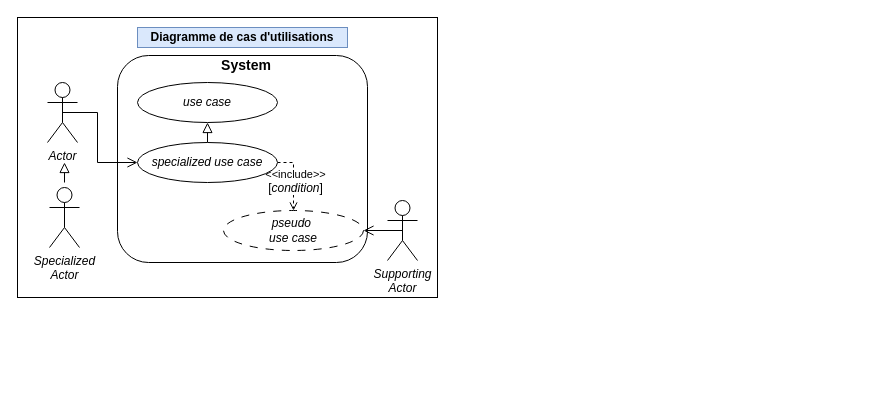
The draw.io diagram src/pages/dev/R5-06-VCOD-A/cheat/UML/assets/UML.drawio in denis-migdal/Cours, before the edit. Source tidied: cells renumbered, new cells numbered last; positions are measured from the earlier drawing's top-left corner, leaving out a move shared by most shapes. Both pictures are drawn from the tidied source at 100%, with x=0, y=0 at pixel (17, 17).
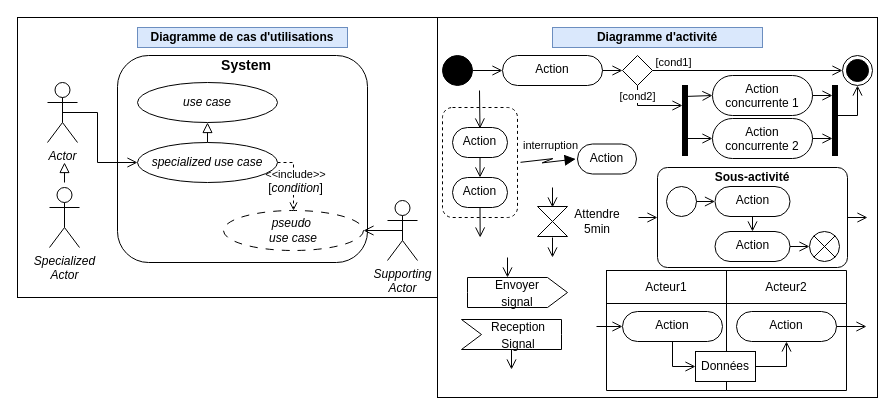
After the change.

The edit, as a diff of the source:
```diff
@@
+    <mxCell id="18" style="rounded=0;whiteSpace=wrap;html=1;" parent="1" vertex="1">
+      <mxGeometry x="420" width="440" height="380" as="geometry" />
+    </mxCell>
+    <mxCell id="19" value="&lt;font style=&quot;color: rgb(0, 0, 0);&quot;&gt;Diagramme d'activité&lt;/font&gt;" style="text;html=1;whiteSpace=wrap;strokeColor=#6c8ebf;fillColor=#dae8fc;align=center;verticalAlign=middle;rounded=0;fontStyle=1;" parent="1" vertex="1">
+      <mxGeometry x="535" y="10" width="210" height="20" as="geometry" />
+    </mxCell>
+    <mxCell id="20" style="ellipse;fillColor=strokeColor;html=1;" parent="1" vertex="1">
+      <mxGeometry x="425" y="38" width="30" height="30" as="geometry" />
+    </mxCell>
+    <mxCell id="21" style="ellipse;html=1;shape=endState;fillColor=strokeColor;" parent="1" vertex="1">
+      <mxGeometry x="825" y="38" width="30" height="30" as="geometry" />
+    </mxCell>
+    <mxCell id="22" value="Action" style="html=1;align=center;verticalAlign=top;rounded=1;absoluteArcSize=1;arcSize=70;dashed=0;whiteSpace=wrap;" parent="1" vertex="1">
+      <mxGeometry x="485" y="38" width="100" height="30" as="geometry" />
+    </mxCell>
+    <mxCell id="23" style="endArrow=open;startArrow=none;endFill=0;startFill=0;endSize=8;html=1;verticalAlign=bottom;labelBackgroundColor=none;strokeWidth=1;rounded=0;exitX=1;exitY=0.5;exitDx=0;exitDy=0;entryX=0;entryY=0.5;entryDx=0;entryDy=0;" parent="1" edge="1" source="20" target="22">
+      <mxGeometry relative="1" as="geometry" />
+    </mxCell>
+    <mxCell id="24" style="endArrow=open;startArrow=none;endFill=0;startFill=0;endSize=8;html=1;verticalAlign=bottom;labelBackgroundColor=none;strokeWidth=1;rounded=0;exitX=1;exitY=0.5;exitDx=0;exitDy=0;entryX=0;entryY=0.5;entryDx=0;entryDy=0;" parent="1" edge="1" source="22" target="25">
+      <mxGeometry relative="1" as="geometry" />
+    </mxCell>
+    <mxCell id="25" style="rhombus;" parent="1" vertex="1">
+      <mxGeometry x="605" y="38" width="30" height="30" as="geometry" />
+    </mxCell>
+    <mxCell id="26" style="endArrow=open;startArrow=none;endFill=0;startFill=0;endSize=8;html=1;verticalAlign=bottom;labelBackgroundColor=none;strokeWidth=1;rounded=0;exitX=1;exitY=0.5;exitDx=0;exitDy=0;entryX=0;entryY=0.5;entryDx=0;entryDy=0;" parent="1" edge="1" source="25" target="21">
+      <mxGeometry relative="1" as="geometry" />
+    </mxCell>
+    <mxCell id="27" value="[cond1]" style="edgeLabel;html=1;align=center;verticalAlign=middle;" parent="26" vertex="1">
+      <mxGeometry x="0.05" y="-1" relative="1" as="geometry">
+        <mxPoint x="-80" y="-10" as="offset" />
+      </mxGeometry>
+    </mxCell>
+    <mxCell id="28" style="endArrow=open;startArrow=none;endFill=0;startFill=0;endSize=8;html=1;verticalAlign=bottom;labelBackgroundColor=none;strokeWidth=1;rounded=0;exitX=0.5;exitY=1;exitDx=0;exitDy=0;" parent="1" edge="1" source="25">
+      <mxGeometry relative="1" as="geometry">
+        <mxPoint x="665" y="88" as="targetPoint" />
+        <Array as="points">
+          <mxPoint x="620" y="88" />
+        </Array>
+      </mxGeometry>
+    </mxCell>
+    <mxCell id="29" value="[cond2]" style="edgeLabel;html=1;align=center;verticalAlign=middle;" parent="28" vertex="1">
+      <mxGeometry x="0.05" y="-1" relative="1" as="geometry">
+        <mxPoint x="-15" y="-11" as="offset" />
+      </mxGeometry>
+    </mxCell>
+    <mxCell id="30" style="html=1;points=[];perimeter=orthogonalPerimeter;fillColor=strokeColor;" parent="1" vertex="1">
+      <mxGeometry x="665" y="68" width="5" height="70" as="geometry" />
+    </mxCell>
+    <mxCell id="31" value="Action concurrente 1" style="html=1;align=center;verticalAlign=top;rounded=1;absoluteArcSize=1;arcSize=96;dashed=0;whiteSpace=wrap;" parent="1" vertex="1">
+      <mxGeometry x="695" y="58" width="100" height="40" as="geometry" />
+    </mxCell>
+    <mxCell id="32" value="Action concurrente 2" style="html=1;align=center;verticalAlign=top;rounded=1;absoluteArcSize=1;arcSize=96;dashed=0;whiteSpace=wrap;" parent="1" vertex="1">
+      <mxGeometry x="695" y="101" width="100" height="40" as="geometry" />
+    </mxCell>
+    <mxCell id="33" style="endArrow=open;startArrow=none;endFill=0;startFill=0;endSize=8;html=1;verticalAlign=bottom;labelBackgroundColor=none;strokeWidth=1;rounded=0;entryX=0;entryY=0.5;entryDx=0;entryDy=0;exitX=0.4;exitY=0.157;exitDx=0;exitDy=0;exitPerimeter=0;" parent="1" edge="1" source="30" target="31">
+      <mxGeometry relative="1" as="geometry" />
+    </mxCell>
+    <mxCell id="34" style="endArrow=open;startArrow=none;endFill=0;startFill=0;endSize=8;html=1;verticalAlign=bottom;labelBackgroundColor=none;strokeWidth=1;rounded=0;entryX=0;entryY=0.5;entryDx=0;entryDy=0;" parent="1" edge="1" target="32">
+      <mxGeometry relative="1" as="geometry">
+        <mxPoint x="665" y="121" as="sourcePoint" />
+      </mxGeometry>
+    </mxCell>
+    <mxCell id="35" style="html=1;perimeter=orthogonalPerimeter;fillColor=strokeColor;" parent="1" vertex="1">
+      <mxGeometry x="815" y="68" width="5" height="70" as="geometry" />
+    </mxCell>
+    <mxCell id="36" style="endArrow=open;startArrow=none;endFill=0;startFill=0;endSize=8;html=1;verticalAlign=bottom;labelBackgroundColor=none;strokeWidth=1;rounded=0;exitX=1;exitY=0.5;exitDx=0;exitDy=0;" parent="1" edge="1" source="31">
+      <mxGeometry relative="1" as="geometry">
+        <mxPoint x="815" y="78" as="targetPoint" />
+      </mxGeometry>
+    </mxCell>
+    <mxCell id="37" style="endArrow=open;startArrow=none;endFill=0;startFill=0;endSize=8;html=1;verticalAlign=bottom;labelBackgroundColor=none;strokeWidth=1;rounded=0;exitX=1;exitY=0.5;exitDx=0;exitDy=0;" parent="1" edge="1" source="32">
+      <mxGeometry relative="1" as="geometry">
+        <mxPoint x="815" y="121" as="targetPoint" />
+      </mxGeometry>
+    </mxCell>
+    <mxCell id="38" style="endArrow=open;startArrow=none;endFill=0;startFill=0;endSize=8;html=1;verticalAlign=bottom;labelBackgroundColor=none;strokeWidth=1;rounded=0;entryX=0.5;entryY=1;entryDx=0;entryDy=0;" parent="1" edge="1" target="21">
+      <mxGeometry relative="1" as="geometry">
+        <mxPoint x="818" y="98" as="sourcePoint" />
+        <Array as="points">
+          <mxPoint x="840" y="98" />
+        </Array>
+      </mxGeometry>
+    </mxCell>
+    <mxCell id="39" style="shape=collate;html=1;" parent="1" vertex="1">
+      <mxGeometry x="520" y="189" width="30" height="30" as="geometry" />
+    </mxCell>
+    <mxCell id="40" value="Attendre 5min" style="text;html=1;whiteSpace=wrap;strokeColor=none;fillColor=none;align=center;verticalAlign=middle;rounded=0;" parent="1" vertex="1">
+      <mxGeometry x="550" y="189" width="60" height="30" as="geometry" />
+    </mxCell>
+    <mxCell id="41" value="&lt;font style=&quot;font-size: 12px;&quot;&gt;Envoyer&lt;br&gt;signal&lt;/font&gt;" style="html=1;shape=mxgraph.infographic.ribbonSimple;notch1=0;notch2=20;align=center;verticalAlign=middle;fontSize=14;fontStyle=0;fillColor=light-dark(#FFFFFF,#121212);whiteSpace=wrap;" parent="1" vertex="1">
+      <mxGeometry x="450" y="260" width="100" height="30" as="geometry" />
+    </mxCell>
+    <mxCell id="42" value="&lt;font style=&quot;font-size: 12px;&quot;&gt;Reception&lt;br&gt;Signal&lt;/font&gt;" style="html=1;shape=mxgraph.infographic.ribbonSimple;notch1=20;notch2=0;align=center;verticalAlign=middle;fontSize=14;fontStyle=0;fillColor=light-dark(#FFFFFF,#121212);flipH=0;spacingRight=0;spacingLeft=14;whiteSpace=wrap;" parent="1" vertex="1">
+      <mxGeometry x="444" y="302" width="100" height="30" as="geometry" />
+    </mxCell>
+    <mxCell id="43" style="endArrow=open;startArrow=none;endFill=0;startFill=0;endSize=8;html=1;verticalAlign=bottom;labelBackgroundColor=none;strokeWidth=1;rounded=0;entryX=0;entryY=0;entryDx=40;entryDy=0;entryPerimeter=0;" parent="1" edge="1" target="41">
+      <mxGeometry relative="1" as="geometry">
+        <mxPoint x="490" y="240" as="sourcePoint" />
+      </mxGeometry>
+    </mxCell>
+    <mxCell id="44" style="endArrow=open;startArrow=none;endFill=0;startFill=0;endSize=8;html=1;verticalAlign=bottom;labelBackgroundColor=none;strokeWidth=1;rounded=0;exitX=0;exitY=0;exitDx=50;exitDy=30;exitPerimeter=0;" parent="1" edge="1" source="42">
+      <mxGeometry relative="1" as="geometry">
+        <mxPoint x="494" y="352" as="targetPoint" />
+      </mxGeometry>
+    </mxCell>
+    <mxCell id="45" style="endArrow=open;startArrow=none;endFill=0;startFill=0;endSize=8;html=1;verticalAlign=bottom;labelBackgroundColor=none;strokeWidth=1;rounded=0;entryX=0.5;entryY=0;entryDx=0;entryDy=0;" parent="1" edge="1">
+      <mxGeometry relative="1" as="geometry">
+        <mxPoint x="535" y="170" as="sourcePoint" />
+        <mxPoint x="535" y="190" as="targetPoint" />
+      </mxGeometry>
+    </mxCell>
+    <mxCell id="46" style="endArrow=open;startArrow=none;endFill=0;startFill=0;endSize=8;html=1;verticalAlign=bottom;labelBackgroundColor=none;strokeWidth=1;rounded=0;exitX=0.5;exitY=1;exitDx=0;exitDy=0;" parent="1" edge="1">
+      <mxGeometry relative="1" as="geometry">
+        <mxPoint x="535" y="220" as="sourcePoint" />
+        <mxPoint x="535" y="240" as="targetPoint" />
+      </mxGeometry>
+    </mxCell>
+    <mxCell id="47" style="html=1;align=center;verticalAlign=top;rounded=1;absoluteArcSize=1;arcSize=20;whiteSpace=wrap;" parent="1" vertex="1">
+      <mxGeometry x="640" y="150" width="190" height="100" as="geometry" />
+    </mxCell>
+    <mxCell id="48" value="&lt;b&gt;Sous-activité&lt;/b&gt;" style="text;html=1;whiteSpace=wrap;strokeColor=none;fillColor=none;align=center;verticalAlign=middle;rounded=0;" parent="1" vertex="1">
+      <mxGeometry x="685" y="150" width="100" height="20" as="geometry" />
+    </mxCell>
+    <mxCell id="49" style="endArrow=open;startArrow=none;endFill=0;startFill=0;endSize=8;html=1;verticalAlign=bottom;labelBackgroundColor=none;strokeWidth=1;rounded=0;entryX=0;entryY=0.5;entryDx=0;entryDy=0;" parent="1" edge="1" target="47">
+      <mxGeometry relative="1" as="geometry">
+        <mxPoint x="621" y="200" as="sourcePoint" />
+      </mxGeometry>
+    </mxCell>
+    <mxCell id="50" style="endArrow=open;startArrow=none;endFill=0;startFill=0;endSize=8;html=1;verticalAlign=bottom;labelBackgroundColor=none;strokeWidth=1;rounded=0;exitX=1;exitY=0.5;exitDx=0;exitDy=0;" parent="1" edge="1" source="47">
+      <mxGeometry relative="1" as="geometry">
+        <mxPoint x="850" y="200" as="targetPoint" />
+      </mxGeometry>
+    </mxCell>
+    <mxCell id="51" style="shape=sumEllipse;perimeter=ellipsePerimeter;html=1;backgroundOutline=1;" parent="1" vertex="1">
+      <mxGeometry x="792" y="214" width="30" height="30" as="geometry" />
+    </mxCell>
+    <mxCell id="52" style="ellipse;" parent="1" vertex="1">
+      <mxGeometry x="649" y="169" width="30" height="30" as="geometry" />
+    </mxCell>
+    <mxCell id="53" value="Action" style="html=1;align=center;verticalAlign=top;rounded=1;absoluteArcSize=1;arcSize=70;dashed=0;whiteSpace=wrap;" parent="1" vertex="1">
+      <mxGeometry x="697.5" y="169" width="75" height="30" as="geometry" />
+    </mxCell>
+    <mxCell id="54" style="endArrow=open;startArrow=none;endFill=0;startFill=0;endSize=8;html=1;verticalAlign=bottom;labelBackgroundColor=none;strokeWidth=1;rounded=0;exitX=1;exitY=0.5;exitDx=0;exitDy=0;entryX=0;entryY=0.5;entryDx=0;entryDy=0;" parent="1" edge="1" source="52" target="53">
+      <mxGeometry relative="1" as="geometry" />
+    </mxCell>
+    <mxCell id="55" style="endArrow=open;startArrow=none;endFill=0;startFill=0;endSize=8;html=1;verticalAlign=bottom;labelBackgroundColor=none;strokeWidth=1;rounded=0;exitX=0.5;exitY=1;exitDx=0;exitDy=0;entryX=0.5;entryY=0;entryDx=0;entryDy=0;" parent="1" edge="1" source="53" target="56">
+      <mxGeometry relative="1" as="geometry" />
+    </mxCell>
+    <mxCell id="56" value="Action" style="html=1;align=center;verticalAlign=top;rounded=1;absoluteArcSize=1;arcSize=70;dashed=0;whiteSpace=wrap;" parent="1" vertex="1">
+      <mxGeometry x="697.5" y="214" width="75" height="30" as="geometry" />
+    </mxCell>
+    <mxCell id="57" style="endArrow=open;startArrow=none;endFill=0;startFill=0;endSize=8;html=1;verticalAlign=bottom;labelBackgroundColor=none;strokeWidth=1;rounded=0;exitX=1;exitY=0.5;exitDx=0;exitDy=0;entryX=0;entryY=0.5;entryDx=0;entryDy=0;" parent="1" edge="1" source="56" target="51">
+      <mxGeometry relative="1" as="geometry" />
+    </mxCell>
+    <mxCell id="58" style="html=1;align=center;verticalAlign=top;rounded=1;absoluteArcSize=1;arcSize=20;dashed=1;whiteSpace=wrap;" parent="1" vertex="1">
+      <mxGeometry x="425" y="90" width="75" height="110" as="geometry" />
+    </mxCell>
+    <mxCell id="59" value="Action" style="html=1;align=center;verticalAlign=top;rounded=1;absoluteArcSize=1;arcSize=70;dashed=0;whiteSpace=wrap;" parent="1" vertex="1">
+      <mxGeometry x="435" y="110" width="55" height="30" as="geometry" />
+    </mxCell>
+    <mxCell id="60" value="Action" style="html=1;align=center;verticalAlign=top;rounded=1;absoluteArcSize=1;arcSize=70;dashed=0;whiteSpace=wrap;" parent="1" vertex="1">
+      <mxGeometry x="435" y="160" width="55" height="30" as="geometry" />
+    </mxCell>
+    <mxCell id="61" style="endArrow=open;startArrow=none;endFill=0;startFill=0;endSize=8;html=1;verticalAlign=bottom;labelBackgroundColor=none;strokeWidth=1;rounded=0;exitX=0.5;exitY=1;exitDx=0;exitDy=0;entryX=0.5;entryY=0;entryDx=0;entryDy=0;" parent="1" edge="1" source="59" target="60">
+      <mxGeometry relative="1" as="geometry" />
+    </mxCell>
+    <mxCell id="62" style="endArrow=open;startArrow=none;endFill=0;startFill=0;endSize=8;html=1;verticalAlign=bottom;labelBackgroundColor=none;strokeWidth=1;rounded=0;entryX=0.5;entryY=0;entryDx=0;entryDy=0;" parent="1" edge="1">
+      <mxGeometry relative="1" as="geometry">
+        <mxPoint x="462" y="73" as="sourcePoint" />
+        <mxPoint x="462.5" y="111" as="targetPoint" />
+      </mxGeometry>
+    </mxCell>
+    <mxCell id="63" style="endArrow=open;startArrow=none;endFill=0;startFill=0;endSize=8;html=1;verticalAlign=bottom;labelBackgroundColor=none;strokeWidth=1;rounded=0;exitX=0.5;exitY=1;exitDx=0;exitDy=0;entryX=0.097;entryY=0.579;entryDx=0;entryDy=0;entryPerimeter=0;" parent="1" edge="1" source="60" target="18">
+      <mxGeometry relative="1" as="geometry" />
+    </mxCell>
+    <mxCell id="64" style="shape=mxgraph.lean_mapping.electronic_info_flow_edge;html=1;rounded=0;exitX=1;exitY=0.5;exitDx=0;exitDy=0;entryX=0;entryY=0.5;entryDx=0;entryDy=0;" parent="1" edge="1" source="58" target="66">
+      <mxGeometry relative="1" as="geometry" />
+    </mxCell>
+    <mxCell id="65" value="interruption" style="edgeLabel;html=1;align=center;verticalAlign=middle;" parent="64" vertex="1">
+      <mxGeometry x="0.06" y="-2" relative="1" as="geometry">
+        <mxPoint y="-18" as="offset" />
+      </mxGeometry>
+    </mxCell>
+    <mxCell id="66" value="Action" style="html=1;align=center;verticalAlign=top;rounded=1;absoluteArcSize=1;arcSize=70;dashed=0;whiteSpace=wrap;" parent="1" vertex="1">
+      <mxGeometry x="560" y="126.5" width="59" height="30" as="geometry" />
+    </mxCell>
+    <mxCell id="67" value="Acteur1" style="shape=partialRectangle;html=1;whiteSpace=wrap;fillColor=none;top=1;left=1;bottom=1;right=1;overflow=hidden;" parent="1" vertex="1">
+      <mxGeometry x="589" y="253" width="120" height="33" as="geometry" />
+    </mxCell>
+    <mxCell id="68" style="shape=partialRectangle;html=1;whiteSpace=wrap;fillColor=none;top=1;left=1;bottom=1;right=1;overflow=hidden;" parent="1" vertex="1">
+      <mxGeometry x="589" y="286" width="120" height="87" as="geometry" />
+    </mxCell>
+    <mxCell id="69" value="Action" style="html=1;align=center;verticalAlign=top;rounded=1;absoluteArcSize=1;arcSize=70;dashed=0;whiteSpace=wrap;" parent="1" vertex="1">
+      <mxGeometry x="605" y="294" width="100" height="30" as="geometry" />
+    </mxCell>
+    <mxCell id="70" style="endArrow=open;startArrow=none;endFill=0;startFill=0;endSize=8;html=1;verticalAlign=bottom;labelBackgroundColor=none;strokeWidth=1;rounded=0;exitX=0.5;exitY=1;exitDx=0;exitDy=0;entryX=0;entryY=0.5;entryDx=0;entryDy=0;" parent="1" edge="1" source="69" target="73">
+      <mxGeometry relative="1" as="geometry">
+        <Array as="points">
+          <mxPoint x="655" y="349" />
+        </Array>
+      </mxGeometry>
+    </mxCell>
+    <mxCell id="71" value="Acteur2" style="shape=partialRectangle;html=1;whiteSpace=wrap;fillColor=none;top=1;left=1;bottom=1;right=1;overflow=hidden;" parent="1" vertex="1">
+      <mxGeometry x="709" y="253" width="120" height="33" as="geometry" />
+    </mxCell>
+    <mxCell id="72" style="shape=partialRectangle;html=1;whiteSpace=wrap;fillColor=none;top=1;left=1;bottom=1;right=1;overflow=hidden;" parent="1" vertex="1">
+      <mxGeometry x="709" y="286" width="120" height="87" as="geometry" />
+    </mxCell>
+    <mxCell id="73" value="Données" style="html=1;align=center;verticalAlign=middle;rounded=0;absoluteArcSize=1;arcSize=10;dashed=0;whiteSpace=wrap;" parent="1" vertex="1">
+      <mxGeometry x="678" y="334" width="60" height="30" as="geometry" />
+    </mxCell>
+    <mxCell id="74" value="Action" style="html=1;align=center;verticalAlign=top;rounded=1;absoluteArcSize=1;arcSize=70;dashed=0;whiteSpace=wrap;" parent="1" vertex="1">
+      <mxGeometry x="719" y="294" width="100" height="30" as="geometry" />
+    </mxCell>
+    <mxCell id="75" style="endArrow=open;startArrow=none;endFill=0;startFill=0;endSize=8;html=1;verticalAlign=bottom;labelBackgroundColor=none;strokeWidth=1;rounded=0;exitX=1;exitY=0.5;exitDx=0;exitDy=0;entryX=0.5;entryY=1;entryDx=0;entryDy=0;" parent="1" edge="1" source="73" target="74">
+      <mxGeometry relative="1" as="geometry">
+        <Array as="points">
+          <mxPoint x="769" y="349" />
+        </Array>
+      </mxGeometry>
+    </mxCell>
+    <mxCell id="76" style="endArrow=open;startArrow=none;endFill=0;startFill=0;endSize=8;html=1;verticalAlign=bottom;labelBackgroundColor=none;strokeWidth=1;rounded=0;entryX=0;entryY=0.5;entryDx=0;entryDy=0;" parent="1" edge="1" target="69">
+      <mxGeometry relative="1" as="geometry">
+        <mxPoint x="579" y="309" as="sourcePoint" />
+      </mxGeometry>
+    </mxCell>
+    <mxCell id="77" style="endArrow=open;startArrow=none;endFill=0;startFill=0;endSize=8;html=1;verticalAlign=bottom;labelBackgroundColor=none;strokeWidth=1;rounded=0;exitX=1;exitY=0.5;exitDx=0;exitDy=0;" parent="1" edge="1" source="74">
+      <mxGeometry relative="1" as="geometry">
+        <mxPoint x="849" y="309" as="targetPoint" />
+      </mxGeometry>
+    </mxCell>
```
